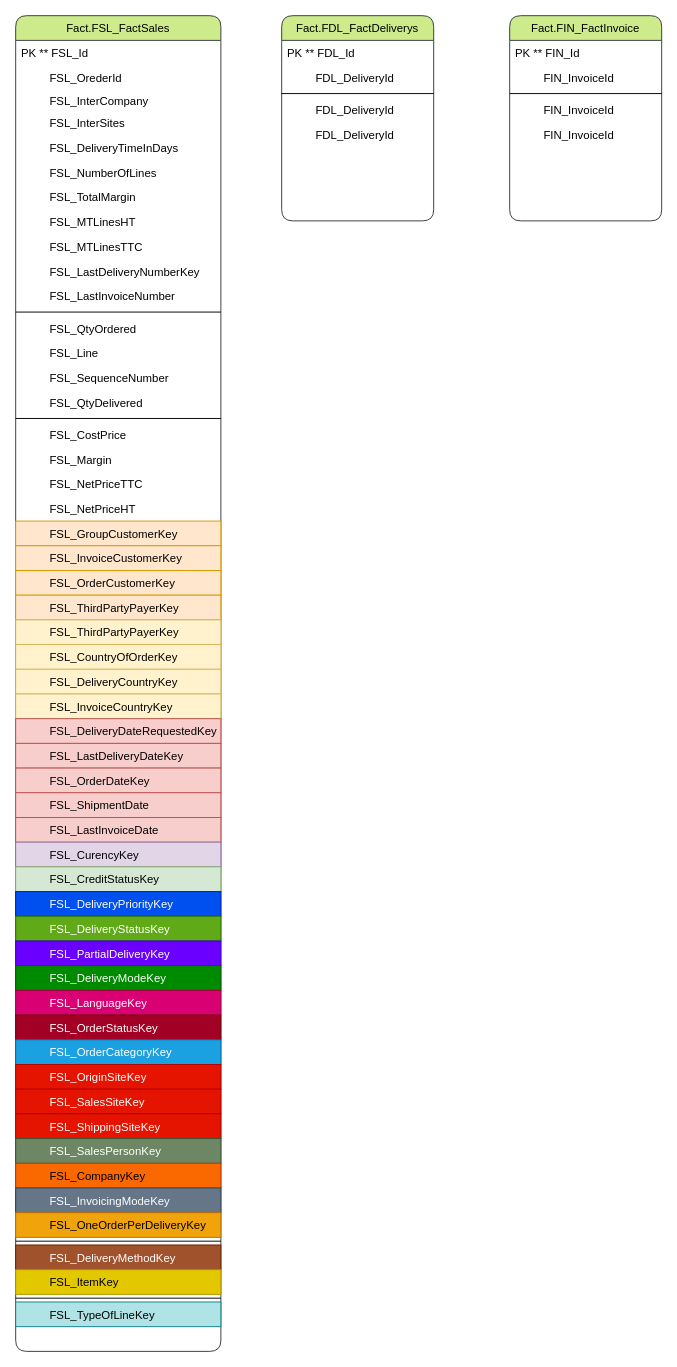
This is Diagramme sans nom.drawio from BorchaniMohamed/BI_PROJECT_PFE, a draw.io file, before an edit. Source tidied: cells renumbered, new cells numbered last; positions are measured from the earlier drawing's top-left corner, leaving out a move shared by most shapes. Both pictures are drawn from the tidied source at 95%, with x=0, y=0 at pixel (15, 15).
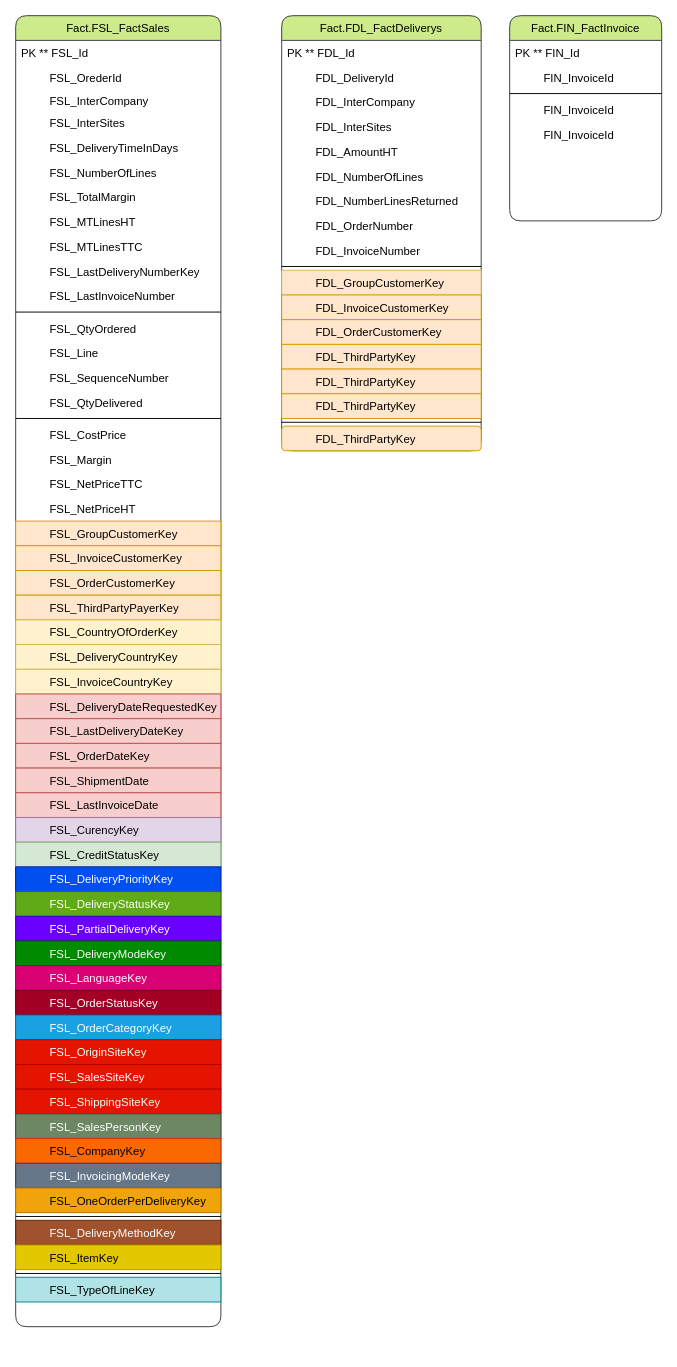
After the change.

Commit message (it also covers changes not shown here):
Mettre à jour Diagramme sans nom.drawio

The edit, as a diff of the source:
```diff
@@
     <mxCell id="2" value="Fact.FDL_FactDeliverys" style="swimlane;fontStyle=0;align=center;verticalAlign=top;horizontal=1;startSize=26;rounded=1;shadow=0;strokeWidth=1;fillColor=#cdeb8b;strokeColor=#36393d;" parent="1" vertex="1">
-      <mxGeometry x="280" width="160" height="216" as="geometry" />
+      <mxGeometry x="280" width="210" height="458" as="geometry" />
     </mxCell>
     <mxCell id="3" value="PK ** FDL_Id" style="text;align=left;verticalAlign=top;spacingLeft=4;spacingRight=4;overflow=hidden;" parent="2" vertex="1">
-      <mxGeometry y="26" width="160" height="26" as="geometry" />
+      <mxGeometry y="26" width="210" height="26" as="geometry" />
     </mxCell>
     <mxCell id="4" value="         FDL_DeliveryId" style="text;align=left;verticalAlign=top;spacingLeft=4;spacingRight=4;overflow=hidden;rounded=0;shadow=0;html=0;" parent="2" vertex="1">
-      <mxGeometry y="52" width="160" height="26" as="geometry" />
+      <mxGeometry y="52" width="210" height="26" as="geometry" />
     </mxCell>
-    <mxCell id="5" style="line;html=1;strokeWidth=1;align=left;verticalAlign=middle;spacingTop=-1;spacingLeft=3;spacingRight=3;labelPosition=right;" parent="2" vertex="1">
-      <mxGeometry y="78" width="160" height="8" as="geometry" />
-    </mxCell>
-    <mxCell id="6" value="         FDL_DeliveryId" style="text;align=left;verticalAlign=top;spacingLeft=4;spacingRight=4;overflow=hidden;rounded=0;shadow=0;html=0;" parent="2" vertex="1">
-      <mxGeometry y="86" width="160" height="26" as="geometry" />
+    <mxCell id="6" value="         FDL_InterCompany" style="text;align=left;verticalAlign=top;spacingLeft=4;spacingRight=4;overflow=hidden;rounded=0;shadow=0;html=0;" parent="2" vertex="1">
+      <mxGeometry y="78" width="210" height="26" as="geometry" />
     </mxCell>
-    <mxCell id="7" value="         FDL_DeliveryId" style="text;align=left;verticalAlign=top;spacingLeft=4;spacingRight=4;overflow=hidden;rounded=0;shadow=0;html=0;" parent="2" vertex="1">
-      <mxGeometry y="112" width="160" height="26" as="geometry" />
+    <mxCell id="7" value="         FDL_InterSites" style="text;align=left;verticalAlign=top;spacingLeft=4;spacingRight=4;overflow=hidden;rounded=0;shadow=0;html=0;" parent="2" vertex="1">
+      <mxGeometry y="104" width="210" height="26" as="geometry" />
     </mxCell>
+    <mxCell id="70" value="         FDL_AmountHT" style="text;align=left;verticalAlign=top;spacingLeft=4;spacingRight=4;overflow=hidden;rounded=0;shadow=0;html=0;" parent="2" vertex="1">
+      <mxGeometry y="130" width="210" height="26" as="geometry" />
+    </mxCell>
+    <mxCell id="71" value="         FDL_NumberOfLines" style="text;align=left;verticalAlign=top;spacingLeft=4;spacingRight=4;overflow=hidden;rounded=0;shadow=0;html=0;" parent="2" vertex="1">
+      <mxGeometry y="156" width="210" height="26" as="geometry" />
+    </mxCell>
+    <mxCell id="72" value="         FDL_NumberLinesReturned " style="text;align=left;verticalAlign=top;spacingLeft=4;spacingRight=4;overflow=hidden;rounded=0;shadow=0;html=0;" parent="2" vertex="1">
+      <mxGeometry y="182" width="210" height="26" as="geometry" />
+    </mxCell>
+    <mxCell id="73" value="         FDL_OrderNumber  " style="text;align=left;verticalAlign=top;spacingLeft=4;spacingRight=4;overflow=hidden;rounded=0;shadow=0;html=0;" parent="2" vertex="1">
+      <mxGeometry y="208" width="210" height="26" as="geometry" />
+    </mxCell>
+    <mxCell id="74" value="         FDL_InvoiceNumber  " style="text;align=left;verticalAlign=top;spacingLeft=4;spacingRight=4;overflow=hidden;rounded=0;shadow=0;html=0;" parent="2" vertex="1">
+      <mxGeometry y="234" width="210" height="26" as="geometry" />
+    </mxCell>
+    <mxCell id="5" style="line;html=1;strokeWidth=1;align=left;verticalAlign=middle;spacingTop=-1;spacingLeft=3;spacingRight=3;labelPosition=right;" parent="2" vertex="1">
+      <mxGeometry y="260" width="210" height="8" as="geometry" />
+    </mxCell>
+    <mxCell id="75" value="         FDL_GroupCustomerKey  " style="text;align=left;verticalAlign=top;spacingLeft=4;spacingRight=4;overflow=hidden;rounded=0;shadow=0;html=0;fillColor=#FFE6CC;strokeColor=#d6b656;" parent="2" vertex="1">
+      <mxGeometry y="268" width="210" height="26" as="geometry" />
+    </mxCell>
+    <mxCell id="76" value="         FDL_InvoiceCustomerKey  " style="text;align=left;verticalAlign=top;spacingLeft=4;spacingRight=4;overflow=hidden;rounded=0;shadow=0;html=0;fillColor=#ffe6cc;strokeColor=#d79b00;" parent="2" vertex="1">
+      <mxGeometry y="294" width="210" height="26" as="geometry" />
+    </mxCell>
+    <mxCell id="77" value="         FDL_OrderCustomerKey  " style="text;align=left;verticalAlign=top;spacingLeft=4;spacingRight=4;overflow=hidden;rounded=0;shadow=0;html=0;fillColor=#ffe6cc;strokeColor=#d79b00;" parent="2" vertex="1">
+      <mxGeometry y="320" width="210" height="26" as="geometry" />
+    </mxCell>
+    <mxCell id="78" value="         FDL_ThirdPartyKey  " style="text;align=left;verticalAlign=top;spacingLeft=4;spacingRight=4;overflow=hidden;rounded=0;shadow=0;html=0;fillColor=#ffe6cc;strokeColor=#d79b00;" parent="2" vertex="1">
+      <mxGeometry y="346" width="210" height="26" as="geometry" />
+    </mxCell>
+    <mxCell id="79" value="         FDL_ThirdPartyKey  " style="text;align=left;verticalAlign=top;spacingLeft=4;spacingRight=4;overflow=hidden;rounded=0;shadow=0;html=0;fillColor=#ffe6cc;strokeColor=#d79b00;" parent="2" vertex="1">
+      <mxGeometry y="372" width="210" height="26" as="geometry" />
+    </mxCell>
+    <mxCell id="80" value="         FDL_ThirdPartyKey  " style="text;align=left;verticalAlign=top;spacingLeft=4;spacingRight=4;overflow=hidden;rounded=0;shadow=0;html=0;fillColor=#ffe6cc;strokeColor=#d79b00;" parent="2" vertex="1">
+      <mxGeometry y="398" width="210" height="26" as="geometry" />
+    </mxCell>
+    <mxCell id="81" style="line;html=1;strokeWidth=1;align=left;verticalAlign=middle;spacingTop=-1;spacingLeft=3;spacingRight=3;labelPosition=right;" parent="2" vertex="1">
+      <mxGeometry y="424" width="210" height="8" as="geometry" />
+    </mxCell>
+    <mxCell id="82" value="         FDL_ThirdPartyKey  " style="text;align=left;verticalAlign=top;spacingLeft=4;spacingRight=4;overflow=hidden;rounded=1;shadow=0;html=0;fillColor=#ffe6cc;strokeColor=#d79b00;" parent="2" vertex="1">
+      <mxGeometry y="432" width="210" height="26" as="geometry" />
+    </mxCell>
@@
     <mxCell id="14" value="Fact.FSL_FactSales" style="swimlane;fontStyle=0;align=center;verticalAlign=top;horizontal=1;startSize=26;rounded=1;shadow=0;strokeWidth=1;fillStyle=auto;fillColor=#cdeb8b;strokeColor=#36393d;" parent="1" vertex="1">
-      <mxGeometry width="216" height="1406" as="geometry" />
+      <mxGeometry width="216" height="1380" as="geometry" />
     </mxCell>
@@
-    <mxCell id="36" value="         FSL_GroupCustomerKey" style="text;align=left;verticalAlign=top;spacingLeft=4;spacingRight=4;overflow=hidden;rounded=0;shadow=0;html=0;fillColor=#ffe6cc;strokeColor=#d79b00;" parent="14" vertex="1">
+    <mxCell id="36" value="         FSL_GroupCustomerKey" style="text;align=left;verticalAlign=top;spacingLeft=4;spacingRight=4;overflow=hidden;rounded=0;shadow=0;html=0;fillColor=#FFE6CC;strokeColor=#d79b00;" parent="14" vertex="1">
       <mxGeometry y="532" width="216" height="26" as="geometry" />
     </mxCell>
@@
-    <mxCell id="40" value="         FSL_ThirdPartyPayerKey" style="text;align=left;verticalAlign=top;spacingLeft=4;spacingRight=4;overflow=hidden;rounded=0;shadow=0;html=0;fillColor=#fff2cc;strokeColor=#d6b656;" parent="14" vertex="1">
-      <mxGeometry y="636" width="216" height="26" as="geometry" />
-    </mxCell>
     <mxCell id="41" value="         FSL_CountryOfOrderKey" style="text;align=left;verticalAlign=top;spacingLeft=4;spacingRight=4;overflow=hidden;rounded=0;shadow=0;html=0;fillColor=#fff2cc;strokeColor=#d6b656;" parent="14" vertex="1">
-      <mxGeometry y="662" width="216" height="26" as="geometry" />
+      <mxGeometry y="636" width="216" height="26" as="geometry" />
     </mxCell>
     <mxCell id="42" value="         FSL_DeliveryCountryKey" style="text;align=left;verticalAlign=top;spacingLeft=4;spacingRight=4;overflow=hidden;rounded=0;shadow=0;html=0;fillColor=#fff2cc;strokeColor=#d6b656;" parent="14" vertex="1">
-      <mxGeometry y="688" width="216" height="26" as="geometry" />
+      <mxGeometry y="662" width="216" height="26" as="geometry" />
     </mxCell>
     <mxCell id="43" value="         FSL_InvoiceCountryKey" style="text;align=left;verticalAlign=top;spacingLeft=4;spacingRight=4;overflow=hidden;rounded=0;shadow=0;html=0;fillColor=#fff2cc;strokeColor=#d6b656;" parent="14" vertex="1">
-      <mxGeometry y="714" width="216" height="26" as="geometry" />
+      <mxGeometry y="688" width="216" height="26" as="geometry" />
     </mxCell>
     <mxCell id="44" value="         FSL_DeliveryDateRequestedKey" style="text;align=left;verticalAlign=top;spacingLeft=4;spacingRight=4;overflow=hidden;rounded=0;shadow=0;html=0;fillColor=#f8cecc;strokeColor=#b85450;" parent="14" vertex="1">
-      <mxGeometry y="740" width="216" height="26" as="geometry" />
+      <mxGeometry y="714" width="216" height="26" as="geometry" />
     </mxCell>
     <mxCell id="45" value="         FSL_LastDeliveryDateKey" style="text;align=left;verticalAlign=top;spacingLeft=4;spacingRight=4;overflow=hidden;rounded=0;shadow=0;html=0;fillColor=#f8cecc;strokeColor=#b85450;" parent="14" vertex="1">
-      <mxGeometry y="766" width="216" height="26" as="geometry" />
+      <mxGeometry y="740" width="216" height="26" as="geometry" />
     </mxCell>
     <mxCell id="46" value="         FSL_OrderDateKey" style="text;align=left;verticalAlign=top;spacingLeft=4;spacingRight=4;overflow=hidden;rounded=0;shadow=0;html=0;fillColor=#f8cecc;strokeColor=#b85450;" parent="14" vertex="1">
-      <mxGeometry y="792" width="216" height="26" as="geometry" />
+      <mxGeometry y="766" width="216" height="26" as="geometry" />
     </mxCell>
     <mxCell id="47" value="         FSL_ShipmentDate" style="text;align=left;verticalAlign=top;spacingLeft=4;spacingRight=4;overflow=hidden;rounded=0;shadow=0;html=0;fillColor=#f8cecc;strokeColor=#b85450;" parent="14" vertex="1">
-      <mxGeometry y="818" width="216" height="26" as="geometry" />
+      <mxGeometry y="792" width="216" height="26" as="geometry" />
     </mxCell>
     <mxCell id="48" value="         FSL_LastInvoiceDate" style="text;align=left;verticalAlign=top;spacingLeft=4;spacingRight=4;overflow=hidden;rounded=0;shadow=0;html=0;fillColor=#f8cecc;strokeColor=#b85450;" parent="14" vertex="1">
-      <mxGeometry y="844" width="216" height="26" as="geometry" />
+      <mxGeometry y="818" width="216" height="26" as="geometry" />
     </mxCell>
     <mxCell id="49" value="         FSL_CurencyKey" style="text;align=left;verticalAlign=top;spacingLeft=4;spacingRight=4;overflow=hidden;rounded=0;shadow=0;html=0;fillColor=#e1d5e7;strokeColor=#9673a6;" parent="14" vertex="1">
-      <mxGeometry y="870" width="216" height="26" as="geometry" />
+      <mxGeometry y="844" width="216" height="26" as="geometry" />
     </mxCell>
     <mxCell id="50" value="         FSL_CreditStatusKey" style="text;align=left;verticalAlign=top;spacingLeft=4;spacingRight=4;overflow=hidden;rounded=0;shadow=0;html=0;fillColor=#d5e8d4;strokeColor=#82b366;" parent="14" vertex="1">
-      <mxGeometry y="896" width="216" height="26" as="geometry" />
+      <mxGeometry y="870" width="216" height="26" as="geometry" />
     </mxCell>
     <mxCell id="51" value="         FSL_DeliveryPriorityKey" style="text;align=left;verticalAlign=top;spacingLeft=4;spacingRight=4;overflow=hidden;rounded=0;shadow=0;html=0;fillColor=#0050ef;strokeColor=#001DBC;fontColor=#ffffff;" parent="14" vertex="1">
-      <mxGeometry y="922" width="216" height="26" as="geometry" />
+      <mxGeometry y="896" width="216" height="26" as="geometry" />
     </mxCell>
     <mxCell id="52" value="         FSL_DeliveryStatusKey" style="text;align=left;verticalAlign=top;spacingLeft=4;spacingRight=4;overflow=hidden;rounded=0;shadow=0;html=0;fillColor=#60a917;strokeColor=#2D7600;fontColor=#ffffff;" parent="14" vertex="1">
-      <mxGeometry y="948" width="216" height="26" as="geometry" />
+      <mxGeometry y="922" width="216" height="26" as="geometry" />
     </mxCell>
     <mxCell id="53" value="         FSL_PartialDeliveryKey" style="text;align=left;verticalAlign=top;spacingLeft=4;spacingRight=4;overflow=hidden;rounded=0;shadow=0;html=0;fillColor=#6a00ff;strokeColor=#3700CC;fontColor=#ffffff;" parent="14" vertex="1">
-      <mxGeometry y="974" width="216" height="26" as="geometry" />
+      <mxGeometry y="948" width="216" height="26" as="geometry" />
     </mxCell>
     <mxCell id="54" value="         FSL_DeliveryModeKey" style="text;align=left;verticalAlign=top;spacingLeft=4;spacingRight=4;overflow=hidden;rounded=0;shadow=0;html=0;fillColor=#008a00;strokeColor=#005700;fontColor=#ffffff;" parent="14" vertex="1">
-      <mxGeometry y="1000" width="216" height="26" as="geometry" />
+      <mxGeometry y="974" width="216" height="26" as="geometry" />
     </mxCell>
     <mxCell id="55" value="         FSL_LanguageKey" style="text;align=left;verticalAlign=top;spacingLeft=4;spacingRight=4;overflow=hidden;rounded=0;shadow=0;html=0;fillColor=#d80073;strokeColor=#A50040;fontColor=#ffffff;" parent="14" vertex="1">
-      <mxGeometry y="1026" width="216" height="26" as="geometry" />
+      <mxGeometry y="1000" width="216" height="26" as="geometry" />
     </mxCell>
     <mxCell id="56" value="         FSL_OrderStatusKey" style="text;align=left;verticalAlign=top;spacingLeft=4;spacingRight=4;overflow=hidden;rounded=0;shadow=0;html=0;fillColor=#a20025;strokeColor=#6F0000;fontColor=#ffffff;" parent="14" vertex="1">
-      <mxGeometry y="1052" width="216" height="26" as="geometry" />
+      <mxGeometry y="1026" width="216" height="26" as="geometry" />
     </mxCell>
     <mxCell id="57" value="         FSL_OrderCategoryKey" style="text;align=left;verticalAlign=top;spacingLeft=4;spacingRight=4;overflow=hidden;rounded=0;shadow=0;html=0;fillColor=#1ba1e2;strokeColor=#006EAF;fontColor=#ffffff;" parent="14" vertex="1">
-      <mxGeometry y="1078" width="216" height="26" as="geometry" />
+      <mxGeometry y="1052" width="216" height="26" as="geometry" />
     </mxCell>
     <mxCell id="58" value="         FSL_OriginSiteKey" style="text;align=left;verticalAlign=top;spacingLeft=4;spacingRight=4;overflow=hidden;rounded=0;shadow=0;html=0;fillColor=#e51400;strokeColor=#B20000;fontColor=#ffffff;" parent="14" vertex="1">
-      <mxGeometry y="1104" width="216" height="26" as="geometry" />
+      <mxGeometry y="1078" width="216" height="26" as="geometry" />
     </mxCell>
     <mxCell id="59" value="         FSL_SalesSiteKey" style="text;align=left;verticalAlign=top;spacingLeft=4;spacingRight=4;overflow=hidden;rounded=0;shadow=0;html=0;fillColor=#e51400;strokeColor=#B20000;fontColor=#ffffff;" parent="14" vertex="1">
-      <mxGeometry y="1130" width="216" height="26" as="geometry" />
+      <mxGeometry y="1104" width="216" height="26" as="geometry" />
     </mxCell>
     <mxCell id="60" value="         FSL_ShippingSiteKey" style="text;align=left;verticalAlign=top;spacingLeft=4;spacingRight=4;overflow=hidden;rounded=0;shadow=0;html=0;fillColor=#e51400;strokeColor=#B20000;fontColor=#ffffff;" parent="14" vertex="1">
-      <mxGeometry y="1156" width="216" height="26" as="geometry" />
+      <mxGeometry y="1130" width="216" height="26" as="geometry" />
     </mxCell>
     <mxCell id="61" value="         FSL_SalesPersonKey" style="text;align=left;verticalAlign=top;spacingLeft=4;spacingRight=4;overflow=hidden;rounded=0;shadow=0;html=0;fillColor=#6d8764;strokeColor=#3A5431;fontColor=#ffffff;" parent="14" vertex="1">
-      <mxGeometry y="1182" width="216" height="26" as="geometry" />
+      <mxGeometry y="1156" width="216" height="26" as="geometry" />
     </mxCell>
     <mxCell id="62" value="         FSL_CompanyKey" style="text;align=left;verticalAlign=top;spacingLeft=4;spacingRight=4;overflow=hidden;rounded=0;shadow=0;html=0;fillColor=#fa6800;strokeColor=#C73500;fontColor=#000000;" parent="14" vertex="1">
-      <mxGeometry y="1208" width="216" height="26" as="geometry" />
+      <mxGeometry y="1182" width="216" height="26" as="geometry" />
     </mxCell>
     <mxCell id="63" value="         FSL_InvoicingModeKey" style="text;align=left;verticalAlign=top;spacingLeft=4;spacingRight=4;overflow=hidden;rounded=0;shadow=0;html=0;fillColor=#647687;strokeColor=#314354;fontColor=#ffffff;" parent="14" vertex="1">
-      <mxGeometry y="1234" width="216" height="26" as="geometry" />
+      <mxGeometry y="1208" width="216" height="26" as="geometry" />
     </mxCell>
     <mxCell id="64" value="         FSL_OneOrderPerDeliveryKey" style="text;align=left;verticalAlign=top;spacingLeft=4;spacingRight=4;overflow=hidden;rounded=0;shadow=0;html=0;fillColor=#f0a30a;strokeColor=#BD7000;fontColor=#000000;" parent="14" vertex="1">
-      <mxGeometry y="1260" width="216" height="26" as="geometry" />
+      <mxGeometry y="1234" width="216" height="26" as="geometry" />
     </mxCell>
     <mxCell id="65" style="line;html=1;strokeWidth=1;align=left;verticalAlign=middle;spacingTop=-1;spacingLeft=3;spacingRight=3;labelPosition=right;" parent="14" vertex="1">
-      <mxGeometry y="1286" width="216" height="8" as="geometry" />
+      <mxGeometry y="1260" width="216" height="8" as="geometry" />
     </mxCell>
     <mxCell id="66" value="         FSL_DeliveryMethodKey " style="text;align=left;verticalAlign=top;spacingLeft=4;spacingRight=4;overflow=hidden;rounded=0;shadow=0;html=0;fillColor=#a0522d;fontColor=#ffffff;strokeColor=#6D1F00;" parent="14" vertex="1">
-      <mxGeometry y="1294" width="216" height="26" as="geometry" />
+      <mxGeometry y="1268" width="216" height="26" as="geometry" />
     </mxCell>
     <mxCell id="67" value="         FSL_ItemKey " style="text;align=left;verticalAlign=top;spacingLeft=4;spacingRight=4;overflow=hidden;rounded=0;shadow=0;html=0;fillColor=#e3c800;fontColor=#000000;strokeColor=#B09500;" parent="14" vertex="1">
-      <mxGeometry y="1320" width="216" height="26" as="geometry" />
+      <mxGeometry y="1294" width="216" height="26" as="geometry" />
     </mxCell>
     <mxCell id="68" style="line;html=1;strokeWidth=1;align=left;verticalAlign=middle;spacingTop=-1;spacingLeft=3;spacingRight=3;labelPosition=right;" parent="14" vertex="1">
-      <mxGeometry y="1346" width="216" height="8" as="geometry" />
+      <mxGeometry y="1320" width="216" height="8" as="geometry" />
     </mxCell>
     <mxCell id="69" value="         FSL_TypeOfLineKey " style="text;align=left;verticalAlign=top;spacingLeft=4;spacingRight=4;overflow=hidden;rounded=0;shadow=0;html=0;fillColor=#b0e3e6;strokeColor=#0e8088;" parent="14" vertex="1">
-      <mxGeometry y="1354" width="216" height="26" as="geometry" />
+      <mxGeometry y="1328" width="216" height="26" as="geometry" />
     </mxCell>
```
